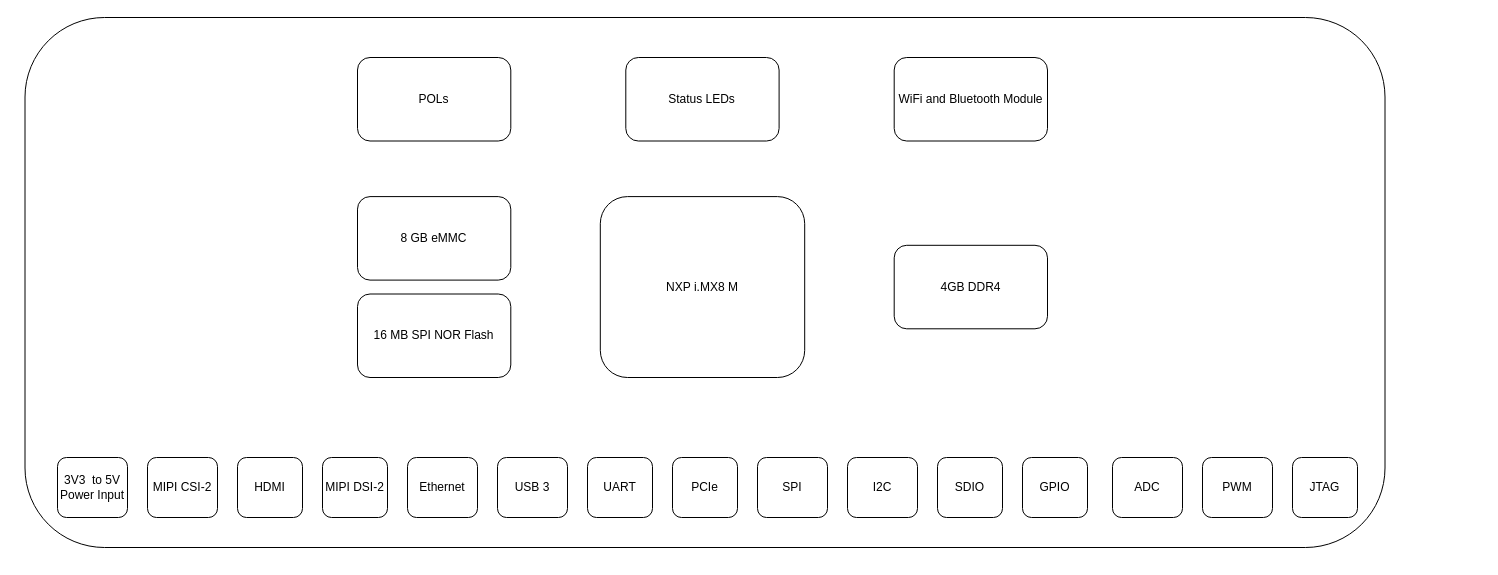
Earlier version of the draw.io diagram Cronus Block Diagram.drawio (Free-Guest/Cronus). Source tidied: cells renumbered, new cells numbered last; positions are measured from the earlier drawing's top-left corner, leaving out a move shared by most shapes. Both pictures are drawn from the tidied source at 100%, with x=0, y=0 at pixel (25, 17).
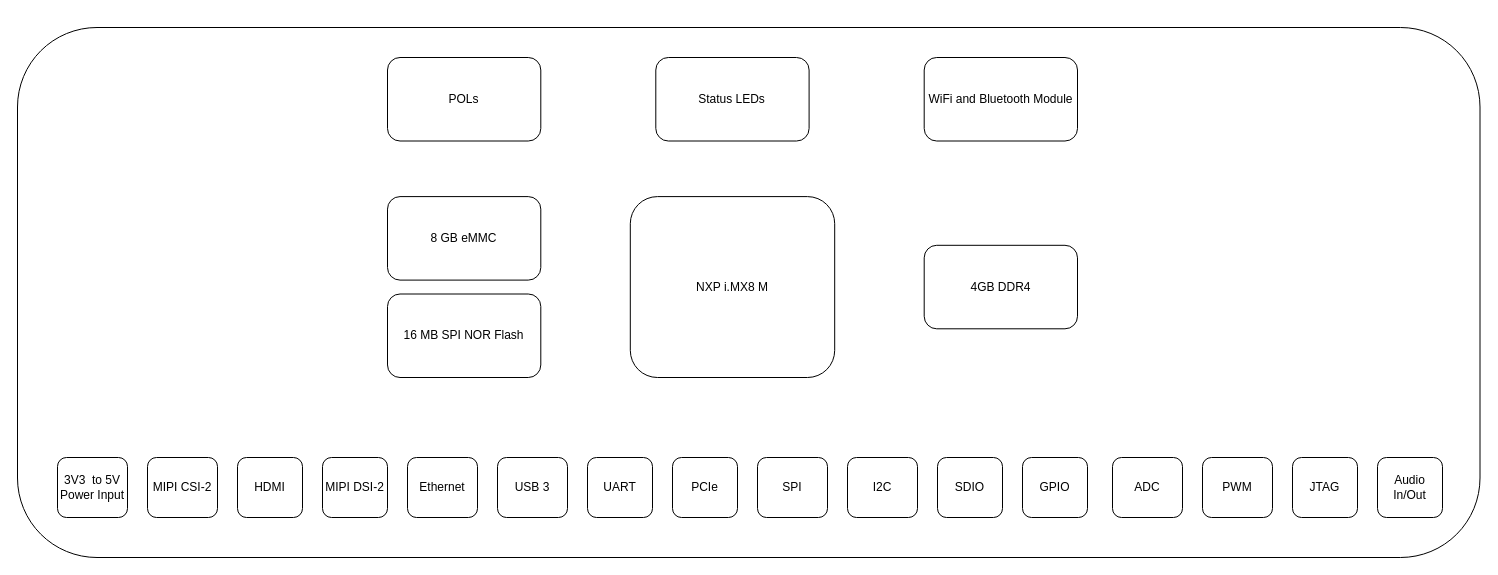
The same page after the edit.

Commit message:
Added audio in and out

Change to the diagram source:
```diff
@@
     <mxCell id="2" style="rounded=1;whiteSpace=wrap;html=1;" parent="1" vertex="1">
-      <mxGeometry x="-0.5" width="1360" height="530" as="geometry" />
+      <mxGeometry x="-8" y="10" width="1462.5" height="530" as="geometry" />
     </mxCell>
@@
     <mxCell id="18" value="NXP i.MX8 M" style="rounded=1;whiteSpace=wrap;html=1;" parent="1" vertex="1">
-      <mxGeometry x="574.8" y="179.1" width="204.4" height="180.9" as="geometry" />
+      <mxGeometry x="604.8" y="179.1" width="204.4" height="180.9" as="geometry" />
     </mxCell>
     <mxCell id="19" value="4GB DDR4" style="rounded=1;whiteSpace=wrap;html=1;" parent="1" vertex="1">
-      <mxGeometry x="868.7" y="227.8" width="153.3" height="83.5" as="geometry" />
+      <mxGeometry x="898.7" y="227.8" width="153.3" height="83.5" as="geometry" />
     </mxCell>
     <mxCell id="20" value="8 GB eMMC" style="rounded=1;whiteSpace=wrap;html=1;" parent="1" vertex="1">
-      <mxGeometry x="332" y="179.1" width="153.3" height="83.5" as="geometry" />
+      <mxGeometry x="362" y="179.1" width="153.3" height="83.5" as="geometry" />
     </mxCell>
     <mxCell id="21" value="16 MB SPI NOR Flash" style="rounded=1;whiteSpace=wrap;html=1;" parent="1" vertex="1">
-      <mxGeometry x="332" y="276.5" width="153.3" height="83.5" as="geometry" />
+      <mxGeometry x="362" y="276.5" width="153.3" height="83.5" as="geometry" />
     </mxCell>
     <mxCell id="22" value="WiFi and Bluetooth Module" style="rounded=1;whiteSpace=wrap;html=1;" parent="1" vertex="1">
-      <mxGeometry x="868.7" y="40" width="153.3" height="83.5" as="geometry" />
+      <mxGeometry x="898.7" y="40" width="153.3" height="83.5" as="geometry" />
     </mxCell>
     <mxCell id="23" value="POLs" style="rounded=1;whiteSpace=wrap;html=1;" parent="1" vertex="1">
-      <mxGeometry x="332" y="40" width="153.3" height="83.5" as="geometry" />
+      <mxGeometry x="362" y="40" width="153.3" height="83.5" as="geometry" />
     </mxCell>
     <mxCell id="24" value="Status LEDs" style="rounded=1;whiteSpace=wrap;html=1;" parent="1" vertex="1">
-      <mxGeometry x="600.3" y="40" width="153.3" height="83.5" as="geometry" />
+      <mxGeometry x="630.3" y="40" width="153.3" height="83.5" as="geometry" />
     </mxCell>
+    <mxCell id="25" value="Audio In/Out" style="rounded=1;whiteSpace=wrap;html=1;" parent="1" vertex="1">
+      <mxGeometry x="1352" y="440" width="65" height="60" as="geometry" />
+    </mxCell>
```
